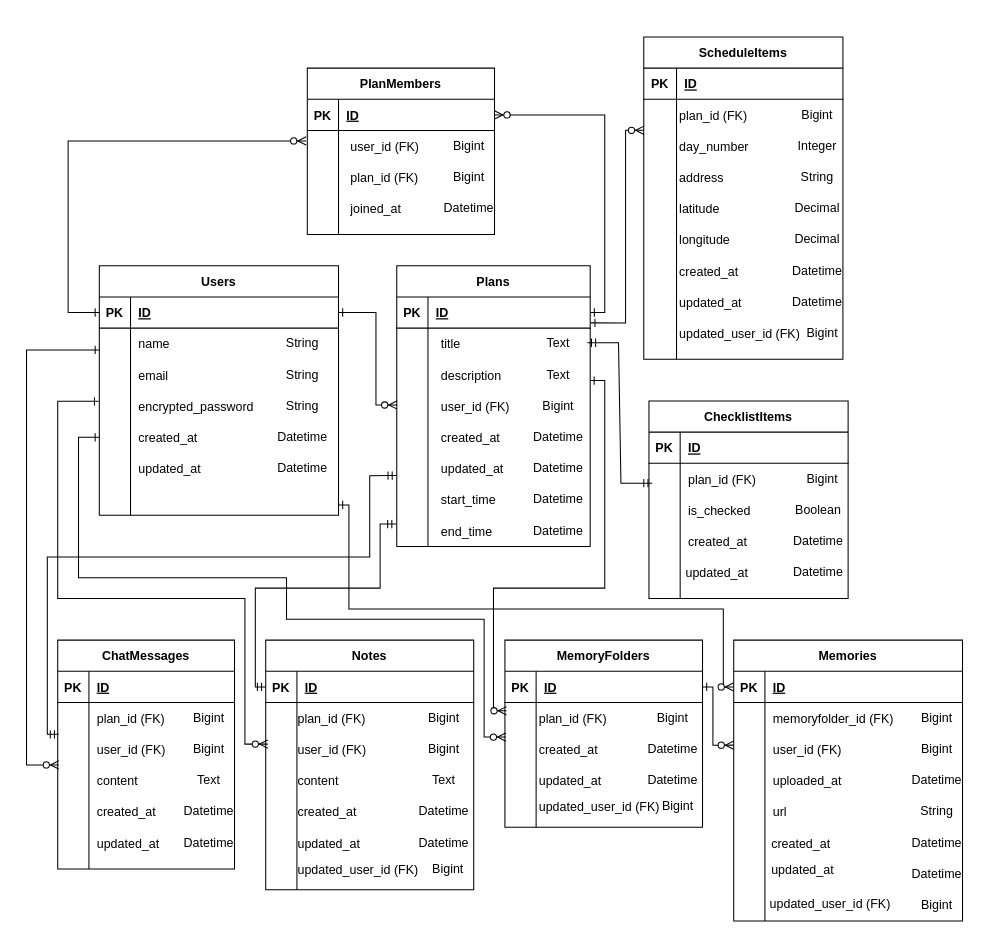
Earlier version of the draw.io diagram add-er-diagram.drawio (honsu1004/travel-editor). Source tidied: cells renumbered, new cells numbered last; positions are measured from the earlier drawing's top-left corner, leaving out a move shared by most shapes. Both pictures are drawn from the tidied source at 104%, with x=0, y=0 at pixel (26, 26).
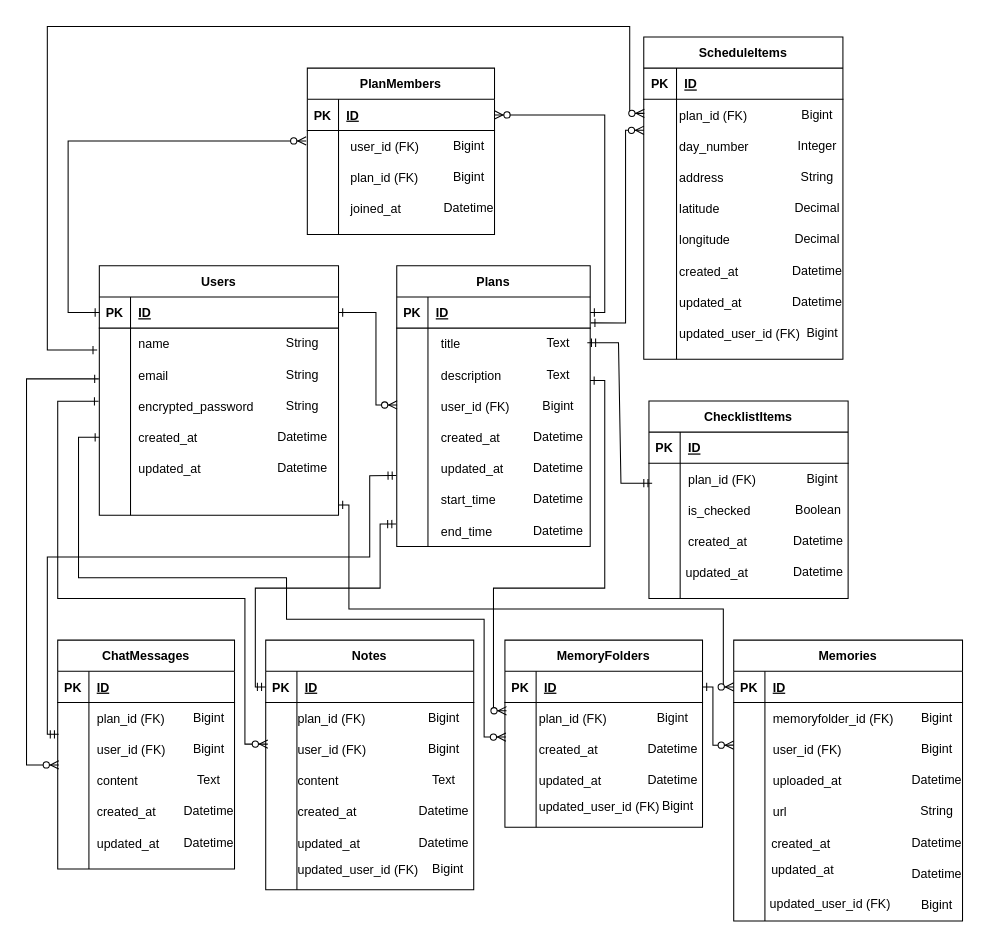
Above is the later version.

Commit message (it also covers changes not shown here):
add-er-diagram.drawio を更新します

Unchanged cells that the change refers to:
```xml
<mxCell id="7" style="shape=partialRectangle;fillColor=none;points=[[0,0.5],[1,0.5]];portConstraint=eastwest;top=0;left=0;right=0;bottom=0;" parent="3" vertex="1">
  <mxGeometry y="60" width="230" height="160" as="geometry" />
</mxCell>
<mxCell id="47" style="shape=partialRectangle;fillColor=none;points=[[0,0.5],[1,0.5]];portConstraint=eastwest;top=0;left=0;right=0;bottom=0;" parent="43" vertex="1">
  <mxGeometry y="60" width="191.5" height="250" as="geometry" />
</mxCell>
```

What changed in the source:
```diff
@@
-    <mxCell id="144" style="endArrow=ERzeroToMany;startArrow=ERone;endFill=1;startFill=0;rounded=0;edgeStyle=orthogonalEdgeStyle;elbow=vertical;" parent="1" edge="1">
+    <mxCell id="144" style="endArrow=ERzeroToMany;startArrow=ERone;endFill=1;startFill=0;rounded=0;edgeStyle=orthogonalEdgeStyle;elbow=vertical;exitX=-0.002;exitY=0.305;exitDx=0;exitDy=0;exitPerimeter=0;" parent="1" edge="1" source="7">
       <mxGeometry relative="1" as="geometry">
-        <mxPoint x="70" y="311" as="sourcePoint" />
         <mxPoint x="31" y="710" as="targetPoint" />
         <Array as="points">
-          <mxPoint y="311" />
+          <mxPoint y="339" />
           <mxPoint y="710" />
         </Array>
       </mxGeometry>
     </mxCell>
@@
+    <mxCell id="189" style="endArrow=ERzeroToMany;startArrow=ERone;endFill=1;startFill=0;rounded=0;edgeStyle=orthogonalEdgeStyle;elbow=vertical;entryX=0.003;entryY=0.054;entryDx=0;entryDy=0;entryPerimeter=0;exitX=-0.009;exitY=0.132;exitDx=0;exitDy=0;exitPerimeter=0;" parent="1" edge="1" source="7" target="47">
+      <mxGeometry relative="1" as="geometry">
+        <Array as="points">
+          <mxPoint x="20" y="311" />
+          <mxPoint x="20" />
+          <mxPoint x="580" />
+          <mxPoint x="580" y="84" />
+        </Array>
+      </mxGeometry>
+    </mxCell>
```
